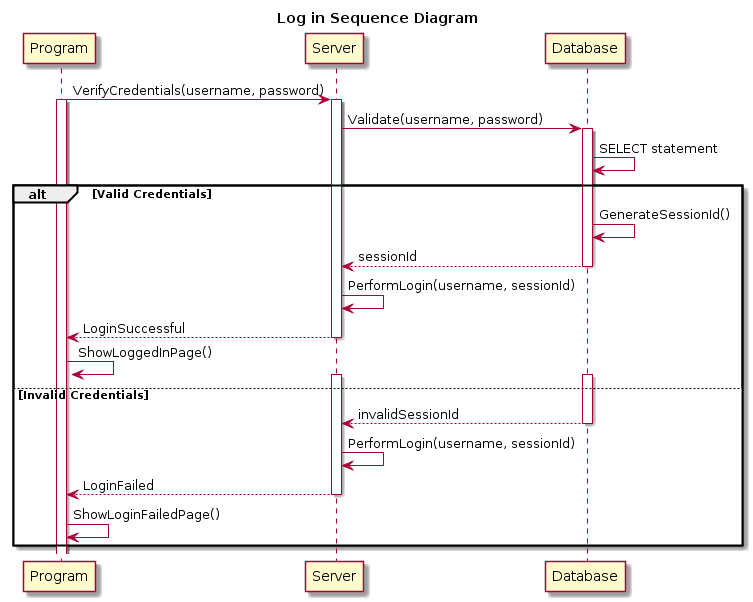
The PlantUML diagram doc/SSRS/images/SequenceDiagrams/AuthenticationLogIn.png in cs383-4/sQuire, before a commit. Source of this version:
```plantuml
@startuml
title Log in Sequence Diagram

Program -> Server : VerifyCredentials(username, password)
Activate Program
Activate Server
Server -> Database : Validate(username, password)
Activate Database
Database -> Database : SELECT statement

alt Valid Credentials
    Database -> Database : GenerateSessionId()
    Database --> Server : sessionId
    Deactivate Database
    Server -> Server : PerformLogin(username, sessionId)
    Server --> Program : LoginSuccessful
    Deactivate Server
    Program -> Program : ShowLoggedInPage()
else Invalid Credentials
    Activate Database
    Activate Server
    Database --> Server : invalidSessionId
    Deactivate Database
    Server -> Server : PerformLogin(username, sessionId)
    Server --> Program : LoginFailed
    Deactivate Server
    Program -> Program : ShowLoginFailedPage()
end
@enduml
```
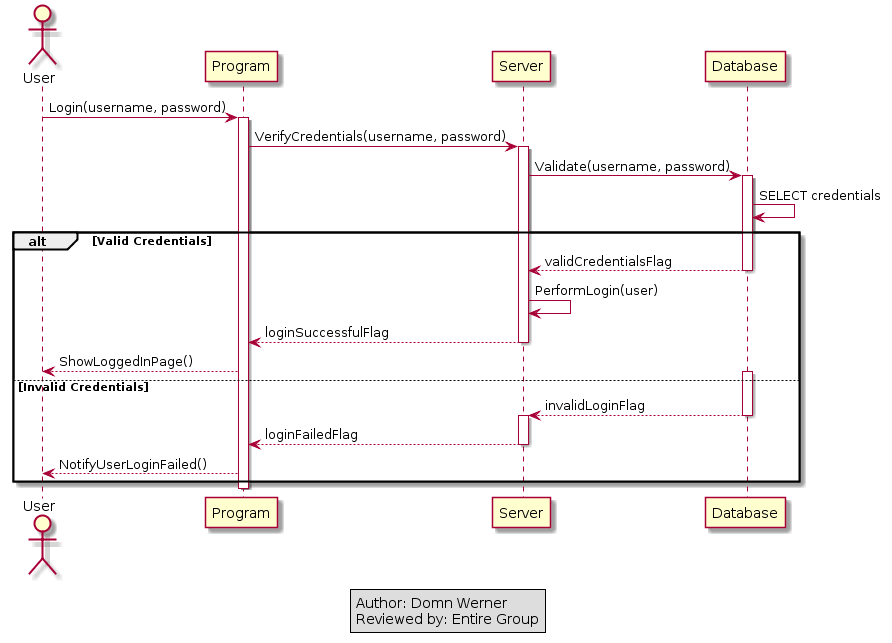
After the change.

Commit message:
Revised Sequence Diagrams.

The edit, as a diff of the source:
```diff
@@ -1,29 +1,35 @@
 @startuml
-title Log in Sequence Diagram
+Actor User
 
+User -> Program : Login(username, password)
+Activate Program
 Program -> Server : VerifyCredentials(username, password)
-Activate Program
 Activate Server
 Server -> Database : Validate(username, password)
 Activate Database
-Database -> Database : SELECT statement
+Database -> Database : SELECT credentials
 
 alt Valid Credentials
-    Database -> Database : GenerateSessionId()
-    Database --> Server : sessionId
+    Database --> Server : validCredentialsFlag
     Deactivate Database
-    Server -> Server : PerformLogin(username, sessionId)
-    Server --> Program : LoginSuccessful
+    Server -> Server : PerformLogin(user)
+    Server --> Program : loginSuccessfulFlag
     Deactivate Server
-    Program -> Program : ShowLoggedInPage()
+    Program --> User : ShowLoggedInPage()
 else Invalid Credentials
     Activate Database
+    Database --> Server : invalidLoginFlag
+    Deactivate Database
     Activate Server
-    Database --> Server : invalidSessionId
-    Deactivate Database
-    Server -> Server : PerformLogin(username, sessionId)
-    Server --> Program : LoginFailed
+    Server --> Program : loginFailedFlag
     Deactivate Server
-    Program -> Program : ShowLoginFailedPage()
+    Program --> User : NotifyUserLoginFailed()
 end
+
+Deactivate Program
+
+legend center
+Author: Domn Werner
+Reviewed by: Entire Group
+end legend
 @enduml
```
